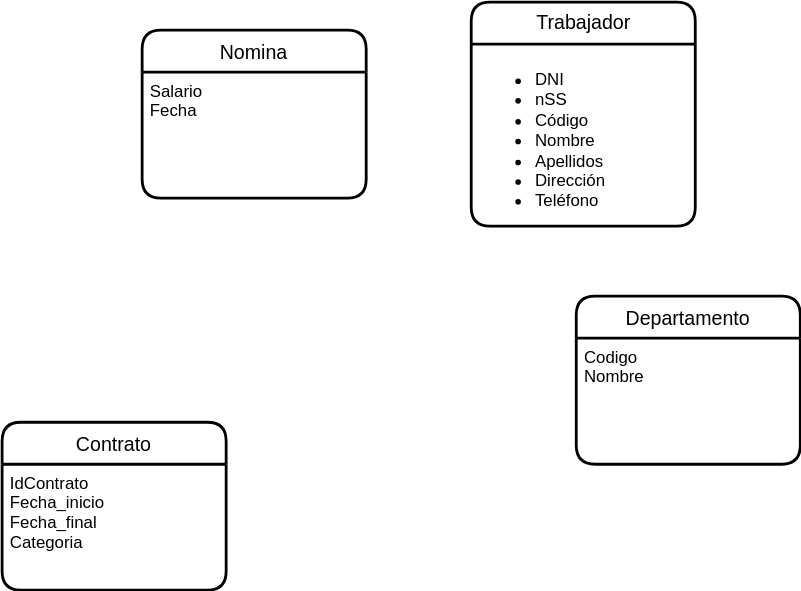
Earlier version of the draw.io export UD12-7.svg (Jimxx22/C3-UD11-UML). Source tidied: cells renumbered, new cells last; positions are measured from the earlier drawing's top-left corner, leaving out a move shared by most shapes.
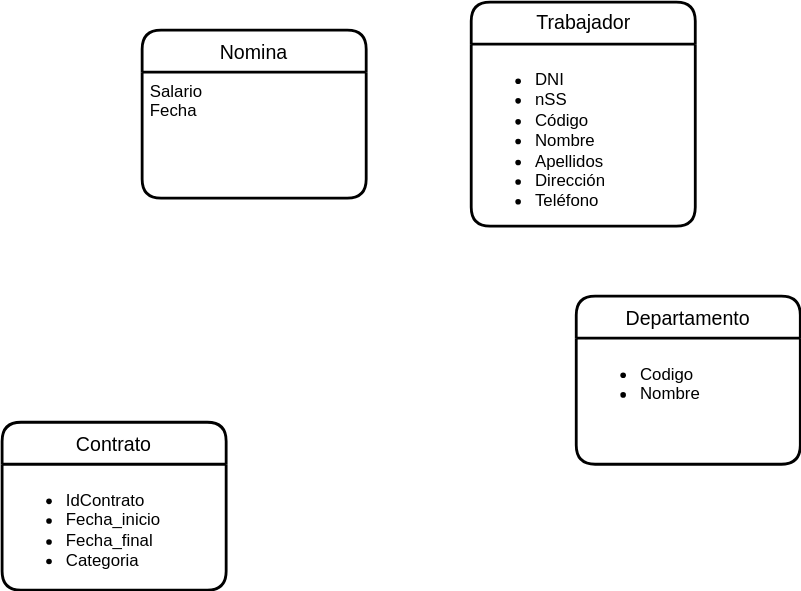
The same diagram one commit later.

Diff of the diagram source:
```diff
@@ -11,13 +11,13 @@
     <mxCell id="4" value="Contrato" style="swimlane;horizontal=1;startSize=30;rounded=1;fontSize=14;fontStyle=0;strokeWidth=2;shadow=0;dashed=0;align=center;" parent="1" vertex="1">
       <mxGeometry y="300" width="160" height="120" as="geometry" />
     </mxCell>
-    <mxCell id="5" value="IdContrato&#10;Fecha_inicio&#10;Fecha_final&#10;Categoria" style="align=left;strokeColor=none;fillColor=none;spacingLeft=4;fontSize=12;verticalAlign=top;" parent="4" vertex="1">
+    <mxCell id="5" value="&lt;ul&gt;&lt;li&gt;IdContrato&lt;/li&gt;&lt;li&gt;Fecha_inicio&lt;/li&gt;&lt;li&gt;Fecha_final&lt;/li&gt;&lt;li&gt;Categoria&lt;/li&gt;&lt;/ul&gt;" style="align=left;strokeColor=none;fillColor=none;spacingLeft=4;fontSize=12;verticalAlign=top;html=1;" parent="4" vertex="1">
       <mxGeometry y="30" width="160" height="90" as="geometry" />
     </mxCell>
     <mxCell id="6" value="Departamento" style="swimlane;horizontal=1;startSize=30;rounded=1;fontSize=14;fontStyle=0;strokeWidth=2;shadow=0;dashed=0;align=center;html=0;" parent="1" vertex="1">
       <mxGeometry x="410" y="210" width="160" height="120" as="geometry" />
     </mxCell>
-    <mxCell id="7" value="Codigo&#10;Nombre&#10;" style="align=left;strokeColor=none;fillColor=none;spacingLeft=4;fontSize=12;verticalAlign=top;html=0;" parent="6" vertex="1">
+    <mxCell id="7" value="&lt;ul&gt;&lt;li&gt;Codigo&lt;/li&gt;&lt;li&gt;Nombre&lt;/li&gt;&lt;/ul&gt;" style="align=left;strokeColor=none;fillColor=none;spacingLeft=4;fontSize=12;verticalAlign=top;html=1;" parent="6" vertex="1">
       <mxGeometry y="30" width="160" height="90" as="geometry" />
     </mxCell>
     <mxCell id="8" value="Nomina" style="swimlane;horizontal=1;startSize=30;rounded=1;fontSize=14;fontStyle=0;strokeWidth=2;shadow=0;dashed=0;align=center;" parent="1" vertex="1">
```
